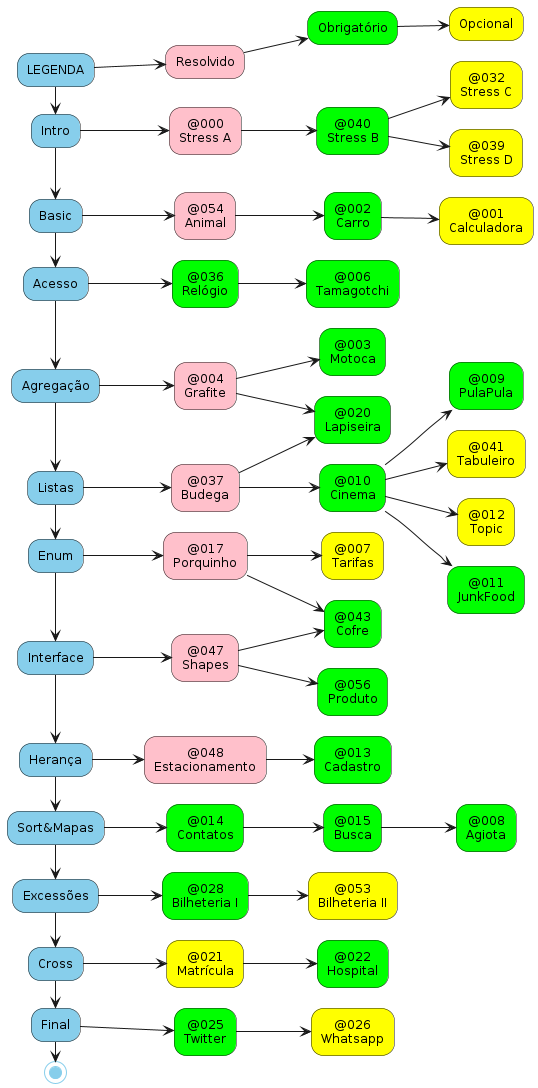
Earlier version of the PlantUML export flow.png (qxcodepoo/arcade).
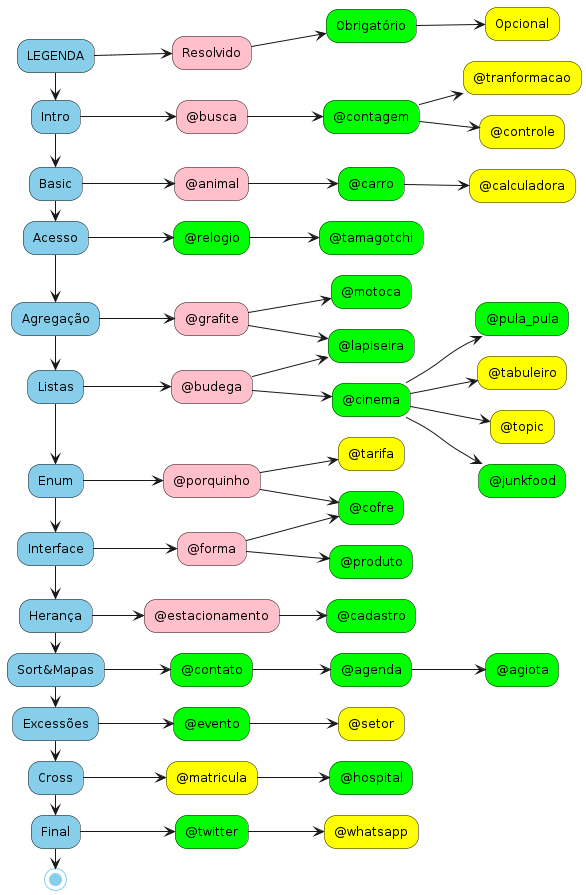
The same file after the commit.

Diff of the diagram source:
```diff
@@ -22,78 +22,42 @@
           -> (*)            #skyblue
 
 
-!$stress_a       = "@000\nStress A"
-!$stress_b       = "@040\nStress B"
-!$stress_c       = "@032\nStress C"
-!$stress_d       = "@039\nStress D"
-!$animal         = "@054\nAnimal"
-!$carro          = "@002\nCarro"
-!$calculadora    = "@001\nCalculadora"
-!$relogio        = "@036\nRelógio"
-!$tamagotchi     = "@006\nTamagotchi"
-!$grafite        = "@004\nGrafite"
-!$motoca         = "@003\nMotoca"
-!$budega         = "@037\nBudega"
-!$cinema         = "@010\nCinema"
-!$pulapula       = "@009\nPulaPula"
-!$lapiseira      = "@020\nLapiseira"
-!$topic          = "@012\nTopic"
-!$junkfood       = "@011\nJunkFood"
-!$tabuleiro      = "@041\nTabuleiro"
-!$porquinho      = "@017\nPorquinho"
-!$tarifas        = "@007\nTarifas"
-!$contatos       = "@014\nContatos"
-!$busca          = "@015\nBusca"
-!$agiota         = "@008\nAgiota"
-!$estacionamento = "@048\nEstacionamento"
-!$shapes         = "@047\nShapes"
-!$cadastro       = "@013\nCadastro"
-!$cofre          = "@043\nCofre"
-!$bilheteria1    = "@028\nBilheteria I"
-!$bilheteria2    = "@053\nBilheteria II"
-!$matricula      = "@021\nMatrícula"
-!$hospital       = "@022\nHospital"
-!$twitter        = "@025\nTwitter"
-!$whatsapp       = "@026\nWhatsapp"
-!$produto        = "@056\nProduto"
-
-
-"Intro" #skyblue  --> "$stress_a"      #pink
-                  --> "$stress_b"      #lime
-                  --> "$stress_c"      #yellow
-"$stress_b"       --> "$stress_d"      #yellow
-"Basic"           --> "$animal"         #pink
-                  --> "$carro"          #lime
-                  --> "$calculadora"    #yellow
-"Acesso"          --> "$relogio"        #lime
-                  --> "$tamagotchi"     #lime
-"Agregação"       --> "$grafite"        #pink
-                  --> "$motoca"         #lime
-"Listas"          --> "$budega"         #pink
-                  --> "$cinema"         #lime
-                  --> "$pulapula"       #lime
-"$cinema"         --> "$tabuleiro"      #yellow
-"$grafite"        --> "$lapiseira"      #lime
-"$budega"         --> "$lapiseira"      #lime
-"$cinema"         --> "$topic"          #yellow
-"$cinema"         --> "$junkfood"       #lime
-"Enum"            --> "$porquinho"      #pink
-                  --> "$tarifas"        #yellow
-"$porquinho"      --> "$cofre"          #lime
-"Sort&Mapas"      --> "$contatos"       #lime
-                  --> "$busca"          #lime
-                  --> "$agiota"         #lime
-"Herança"         --> "$estacionamento" #pink
-                  --> "$cadastro"       #lime
-"Interface"       --> "$shapes"         #pink
-                  --> "$cofre"          #lime
-"$shapes"         --> "$produto"        #lime
-"Excessões"       --> "$bilheteria1"    #lime
-                  --> "$bilheteria2"    #yellow
-"Cross"           -->  "$matricula"     #yellow
-                  --> "$hospital"       #lime
-"Final"           --> "$twitter"        #lime
-                  --> "$whatsapp"       #yellow
+"Intro" #skyblue  --> "@busca"      #pink
+                  --> "@contagem"      #lime
+                  --> "@tranformacao"      #yellow
+"@contagem"       --> "@controle"      #yellow
+"Basic"           --> "@animal"         #pink
+                  --> "@carro"          #lime
+                  --> "@calculadora"    #yellow
+"Acesso"          --> "@relogio"        #lime
+                  --> "@tamagotchi"     #lime
+"Agregação"       --> "@grafite"        #pink
+                  --> "@motoca"         #lime
+"Listas"          --> "@budega"         #pink
+                  --> "@cinema"         #lime
+                  --> "@pula_pula"       #lime
+"@cinema"         --> "@tabuleiro"      #yellow
+"@grafite"        --> "@lapiseira"      #lime
+"@budega"         --> "@lapiseira"      #lime
+"@cinema"         --> "@topic"          #yellow
+"@cinema"         --> "@junkfood"       #lime
+"Enum"            --> "@porquinho"      #pink
+                  --> "@tarifa"        #yellow
+"@porquinho"      --> "@cofre"          #lime
+"Sort&Mapas"      --> "@contato"        #lime
+                  --> "@agenda"         #lime
+                  --> "@agiota"         #lime
+"Herança"         --> "@estacionamento" #pink
+                  --> "@cadastro"       #lime
+"Interface"       --> "@forma"         #pink
+                  --> "@cofre"          #lime
+"@forma"          --> "@produto"        #lime
+"Excessões"       --> "@evento"    #lime
+                  --> "@setor"    #yellow
+"Cross"           --> "@matricula"      #yellow
+                  --> "@hospital"       #lime
+"Final"           --> "@twitter"        #lime
+                  --> "@whatsapp"       #yellow
 
 
 @enduml
```
